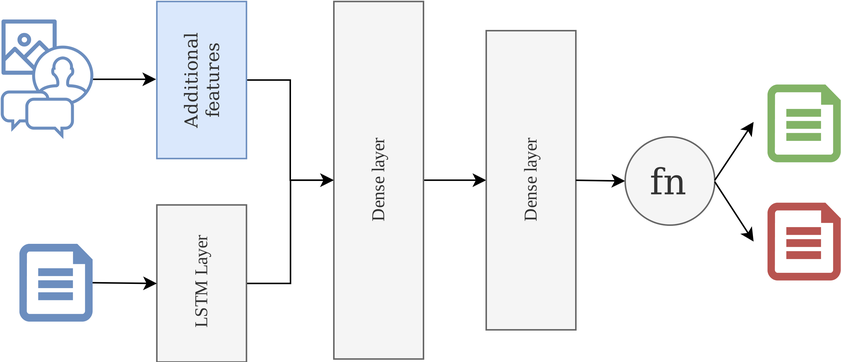
Earlier version of the draw.io export images/nn_proposal.png (pmacinec/ns-project). Source tidied: cells renumbered, new cells last; positions are measured from the earlier drawing's top-left corner, leaving out a move shared by most shapes.
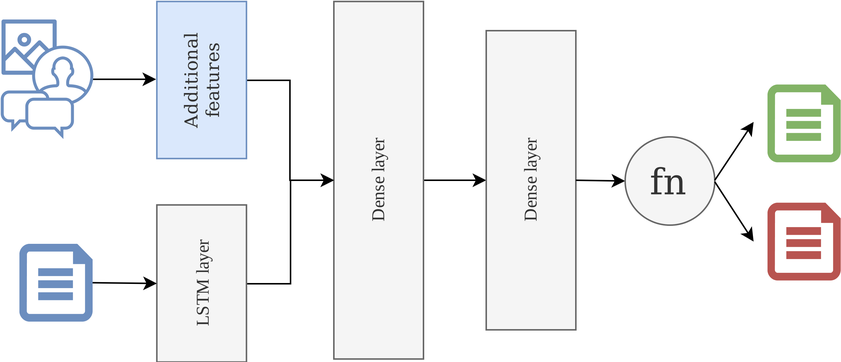
After the change.

Change to the diagram source:
```diff
@@ -19,7 +19,7 @@
     <mxCell id="4" style="rounded=0;whiteSpace=wrap;html=1;fillColor=#f5f5f5;rotation=-90;strokeColor=#666666;fontColor=#333333;" parent="1" vertex="1">
       <mxGeometry x="81" y="146" width="105" height="60" as="geometry" />
     </mxCell>
-    <mxCell id="5" value="&lt;font style=&quot;font-size: 12px&quot; face=&quot;Times New Roman&quot;&gt;LSTM Layer&lt;br&gt;&lt;/font&gt;" style="text;html=1;strokeColor=none;fillColor=none;align=center;verticalAlign=middle;whiteSpace=wrap;rounded=0;rotation=-90;fontColor=#333333;" parent="1" vertex="1">
+    <mxCell id="5" value="&lt;font style=&quot;font-size: 12px&quot; face=&quot;Times New Roman&quot;&gt;LSTM layer&lt;br&gt;&lt;/font&gt;" style="text;html=1;strokeColor=none;fillColor=none;align=center;verticalAlign=middle;whiteSpace=wrap;rounded=0;rotation=-90;fontColor=#333333;" parent="1" vertex="1">
       <mxGeometry x="83" y="145" width="100" height="62" as="geometry" />
     </mxCell>
     <mxCell id="6" style="edgeStyle=orthogonalEdgeStyle;rounded=0;jettySize=auto;html=1;exitX=0.5;exitY=1;exitDx=0;exitDy=0;" parent="1" edge="1" source="7" target="8">
```
